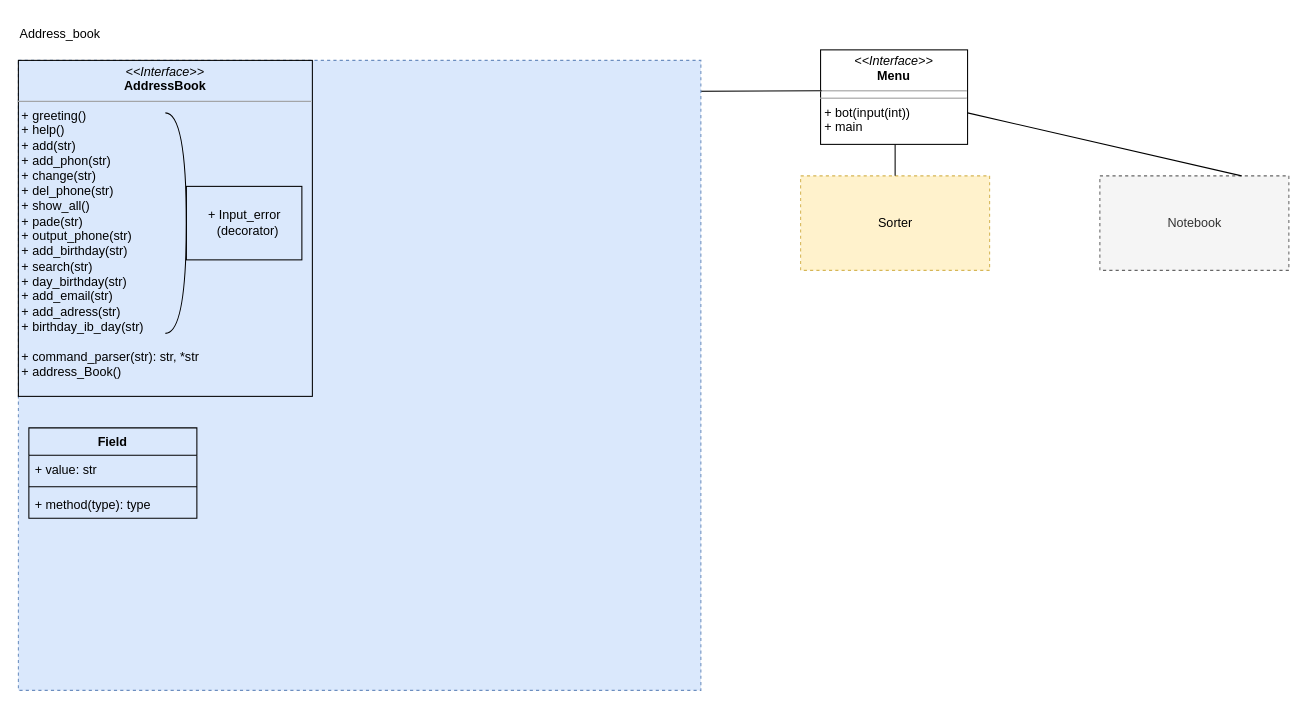
This is Диаграмма без названия.drawio from shevtania/Project, a draw.io file, before an edit. Source tidied: cells renumbered, new cells numbered last; positions are measured from the earlier drawing's top-left corner, leaving out a move shared by most shapes. Both pictures are drawn from the tidied source at 105%, with x=0, y=0 at pixel (18, 18).
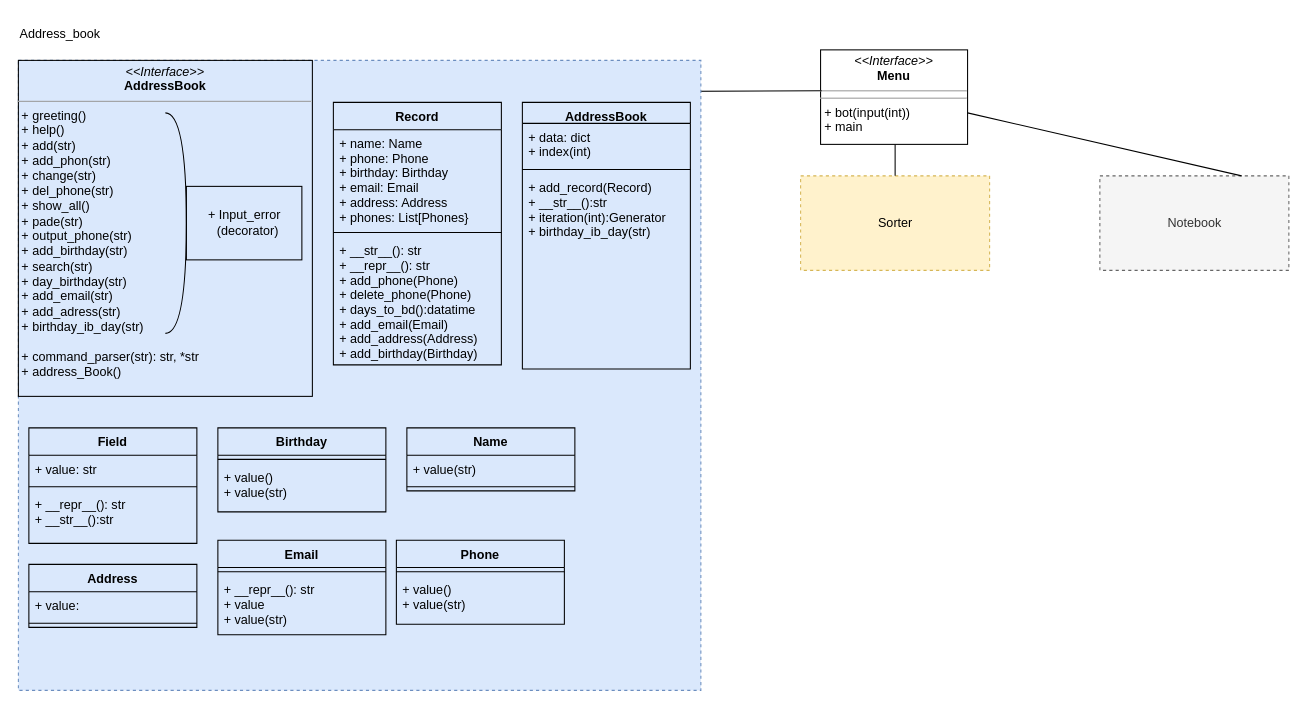
The same diagram, later.

The edit, as a diff of the source:
```diff
@@
     <mxCell id="13" value="Field" style="swimlane;fontStyle=1;align=center;verticalAlign=top;horizontal=1;startSize=26;fillColor=none;" parent="1" vertex="1">
-      <mxGeometry x="10" y="390" width="160" height="86" as="geometry" />
+      <mxGeometry x="10" y="390" width="160" height="110" as="geometry" />
     </mxCell>
@@
-    <mxCell id="16" value="+ method(type): type" style="text;strokeColor=none;fillColor=none;align=left;verticalAlign=top;spacingLeft=4;spacingRight=4;overflow=hidden;" parent="13" vertex="1">
-      <mxGeometry y="60" width="160" height="26" as="geometry" />
+    <mxCell id="16" value="+ __repr__(): str&#10;+ __str__():str&#10;" style="text;strokeColor=none;fillColor=none;align=left;verticalAlign=top;spacingLeft=4;spacingRight=4;overflow=hidden;" parent="13" vertex="1">
+      <mxGeometry y="60" width="160" height="50" as="geometry" />
     </mxCell>
+    <mxCell id="17" value="Birthday" style="swimlane;fontStyle=1;align=center;verticalAlign=top;horizontal=1;startSize=26;fillColor=none;" parent="1" vertex="1">
+      <mxGeometry x="190" y="390" width="160" height="80" as="geometry" />
+    </mxCell>
+    <mxCell id="18" style="line;strokeWidth=1;fillColor=none;align=left;verticalAlign=middle;spacingTop=-1;spacingLeft=3;spacingRight=3;labelPosition=right;strokeColor=inherit;" parent="17" vertex="1">
+      <mxGeometry y="26" width="160" height="8" as="geometry" />
+    </mxCell>
+    <mxCell id="19" value="+ value()&#10;+ value(str)&#10;" style="text;strokeColor=none;fillColor=none;align=left;verticalAlign=top;spacingLeft=4;spacingRight=4;overflow=hidden;" parent="17" vertex="1">
+      <mxGeometry y="34" width="160" height="46" as="geometry" />
+    </mxCell>
+    <mxCell id="20" value="Address" style="swimlane;fontStyle=1;align=center;verticalAlign=top;horizontal=1;startSize=26;fillColor=none;" parent="1" vertex="1">
+      <mxGeometry x="10" y="520" width="160" height="60" as="geometry" />
+    </mxCell>
+    <mxCell id="21" value="+ value: " style="text;strokeColor=none;fillColor=none;align=left;verticalAlign=top;spacingLeft=4;spacingRight=4;overflow=hidden;" parent="20" vertex="1">
+      <mxGeometry y="26" width="160" height="26" as="geometry" />
+    </mxCell>
+    <mxCell id="22" style="line;strokeWidth=1;fillColor=none;align=left;verticalAlign=middle;spacingTop=-1;spacingLeft=3;spacingRight=3;labelPosition=right;strokeColor=inherit;" parent="20" vertex="1">
+      <mxGeometry y="52" width="160" height="8" as="geometry" />
+    </mxCell>
+    <mxCell id="23" value="Email" style="swimlane;fontStyle=1;align=center;verticalAlign=top;horizontal=1;startSize=26;fillColor=none;" parent="1" vertex="1">
+      <mxGeometry x="190" y="497" width="160" height="90" as="geometry" />
+    </mxCell>
+    <mxCell id="24" style="line;strokeWidth=1;fillColor=none;align=left;verticalAlign=middle;spacingTop=-1;spacingLeft=3;spacingRight=3;labelPosition=right;strokeColor=inherit;" parent="23" vertex="1">
+      <mxGeometry y="26" width="160" height="8" as="geometry" />
+    </mxCell>
+    <mxCell id="25" value="+ __repr__(): str&#10;+ value&#10;+ value(str)&#10;" style="text;strokeColor=none;fillColor=none;align=left;verticalAlign=top;spacingLeft=4;spacingRight=4;overflow=hidden;" parent="23" vertex="1">
+      <mxGeometry y="34" width="160" height="56" as="geometry" />
+    </mxCell>
+    <mxCell id="26" value="Name" style="swimlane;fontStyle=1;align=center;verticalAlign=top;horizontal=1;startSize=26;fillColor=none;" parent="1" vertex="1">
+      <mxGeometry x="370" y="390" width="160" height="60" as="geometry" />
+    </mxCell>
+    <mxCell id="27" value="+ value(str) " style="text;strokeColor=none;fillColor=none;align=left;verticalAlign=top;spacingLeft=4;spacingRight=4;overflow=hidden;" parent="26" vertex="1">
+      <mxGeometry y="26" width="160" height="26" as="geometry" />
+    </mxCell>
+    <mxCell id="28" style="line;strokeWidth=1;fillColor=none;align=left;verticalAlign=middle;spacingTop=-1;spacingLeft=3;spacingRight=3;labelPosition=right;strokeColor=inherit;" parent="26" vertex="1">
+      <mxGeometry y="52" width="160" height="8" as="geometry" />
+    </mxCell>
+    <mxCell id="29" value="Phone" style="swimlane;fontStyle=1;align=center;verticalAlign=top;horizontal=1;startSize=26;fillColor=none;" parent="1" vertex="1">
+      <mxGeometry x="360" y="497" width="160" height="80" as="geometry" />
+    </mxCell>
+    <mxCell id="30" style="line;strokeWidth=1;fillColor=none;align=left;verticalAlign=middle;spacingTop=-1;spacingLeft=3;spacingRight=3;labelPosition=right;strokeColor=inherit;" parent="29" vertex="1">
+      <mxGeometry y="26" width="160" height="8" as="geometry" />
+    </mxCell>
+    <mxCell id="31" value="+ value()&#10;+ value(str)&#10;" style="text;strokeColor=none;fillColor=none;align=left;verticalAlign=top;spacingLeft=4;spacingRight=4;overflow=hidden;" parent="29" vertex="1">
+      <mxGeometry y="34" width="160" height="46" as="geometry" />
+    </mxCell>
+    <mxCell id="32" value="Record" style="swimlane;fontStyle=1;align=center;verticalAlign=top;horizontal=1;startSize=26;fillColor=none;" parent="1" vertex="1">
+      <mxGeometry x="300" y="80" width="160" height="250" as="geometry" />
+    </mxCell>
+    <mxCell id="33" value="+ name: Name&#10;+ phone: Phone&#10;+ birthday: Birthday&#10;+ email: Email&#10;+ address: Address&#10;+ phones: List[Phones}&#10; &#10;&#10;" style="text;strokeColor=none;fillColor=none;align=left;verticalAlign=top;spacingLeft=4;spacingRight=4;overflow=hidden;" parent="32" vertex="1">
+      <mxGeometry y="26" width="160" height="94" as="geometry" />
+    </mxCell>
+    <mxCell id="34" style="line;strokeWidth=1;fillColor=none;align=left;verticalAlign=middle;spacingTop=-1;spacingLeft=3;spacingRight=3;labelPosition=right;strokeColor=inherit;" parent="32" vertex="1">
+      <mxGeometry y="120" width="160" height="8" as="geometry" />
+    </mxCell>
+    <mxCell id="35" value="+ __str__(): str&#10;+ __repr__(): str&#10;+ add_phone(Phone)&#10;+ delete_phone(Phone)&#10;+ days_to_bd():datatime&#10;+ add_email(Email)&#10;+ add_address(Address)&#10;+ add_birthday(Birthday)&#10;&#10;&#10;" style="text;strokeColor=none;fillColor=none;align=left;verticalAlign=top;spacingLeft=4;spacingRight=4;overflow=hidden;" parent="32" vertex="1">
+      <mxGeometry y="128" width="160" height="122" as="geometry" />
+    </mxCell>
+    <mxCell id="36" value="AddressBook" style="swimlane;fontStyle=1;align=center;verticalAlign=top;horizontal=1;startSize=20;fillColor=none;" parent="1" vertex="1">
+      <mxGeometry x="480" y="80" width="160" height="254" as="geometry" />
+    </mxCell>
+    <mxCell id="37" value="+ data: dict&#10;+ index(int)&#10;" style="text;strokeColor=none;fillColor=none;align=left;verticalAlign=top;spacingLeft=4;spacingRight=4;overflow=hidden;" parent="36" vertex="1">
+      <mxGeometry y="20" width="160" height="40" as="geometry" />
+    </mxCell>
+    <mxCell id="38" style="line;strokeWidth=1;fillColor=none;align=left;verticalAlign=middle;spacingTop=-1;spacingLeft=3;spacingRight=3;labelPosition=right;strokeColor=inherit;" parent="36" vertex="1">
+      <mxGeometry y="60" width="160" height="8" as="geometry" />
+    </mxCell>
+    <mxCell id="39" value="+ add_record(Record)&#10;+ __str__():str&#10;+ iteration(int):Generator&#10;+ birthday_ib_day(str)&#10;" style="text;strokeColor=none;fillColor=none;align=left;verticalAlign=top;spacingLeft=4;spacingRight=4;overflow=hidden;" parent="36" vertex="1">
+      <mxGeometry y="68" width="160" height="186" as="geometry" />
+    </mxCell>
```
